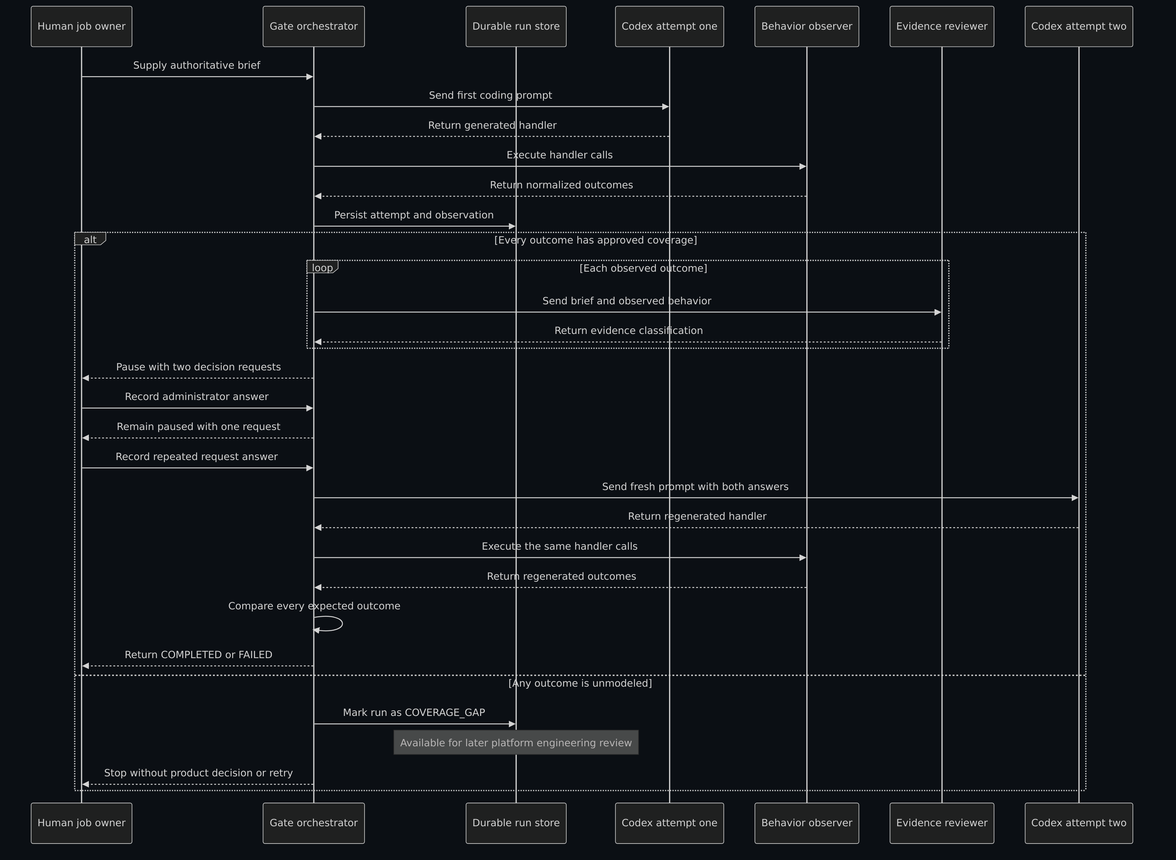
Above: notebooks/assets/diagrams/lifecycle.png in genesobolev/implicit-decision-gate (Mermaid), before the change. Its source is kept beside it as notebooks/assets/diagrams/lifecycle.mmd.
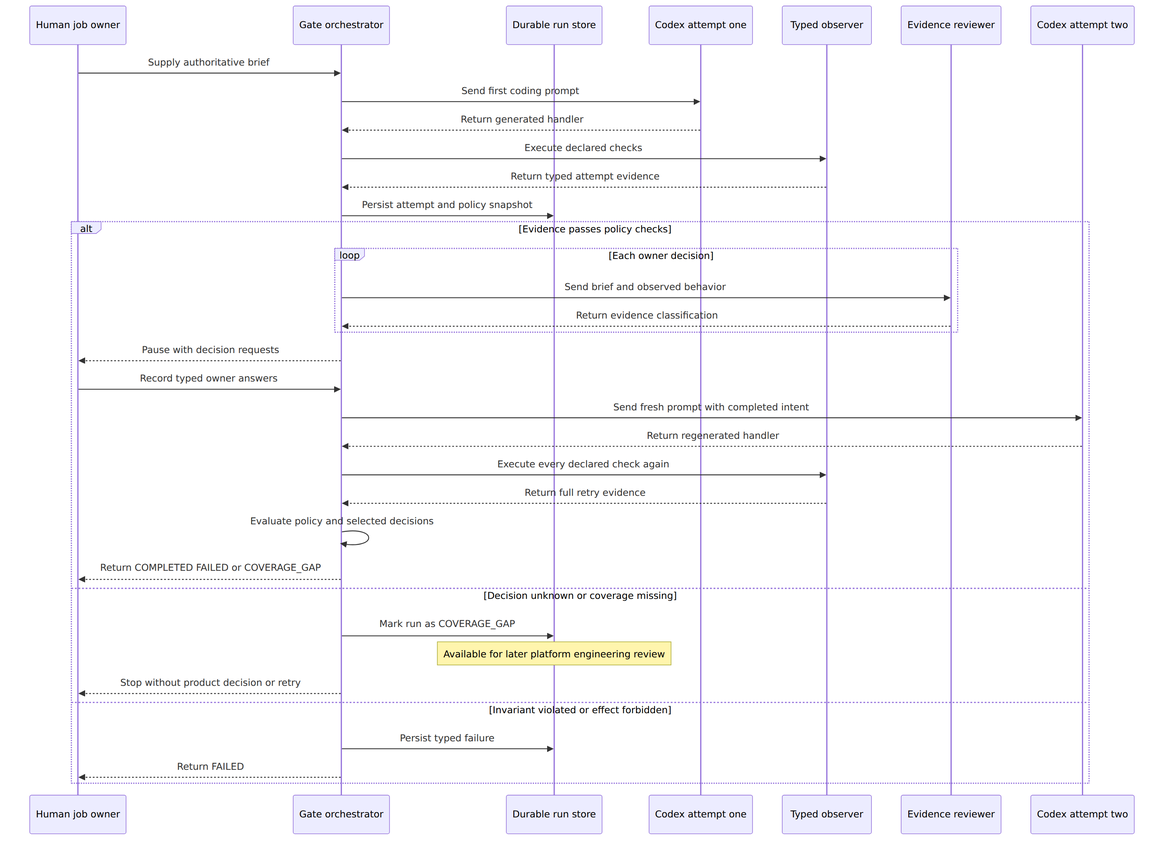
After the commit.

The edit, as a diff of the source:
```diff
@@ -8,29 +8,29 @@
     participant C2 as Codex attempt two
 
     O->>G: Supply authoritative brief
-    G->>S: Pin policy snapshot and digest
     G->>C1: Send first coding prompt
-    C1-->>G: Return generated artifact
-    G->>P: Execute declared observer rules
-    P-->>G: Return invariants decisions effects and coverage
-    G->>S: Persist attempt evidence
-    alt Invariant violated or effect forbidden
-        G->>S: Persist typed failure
-        G-->>O: Return FAILED
-    else Unknown effect or missing coverage
-        G->>S: Persist typed coverage gap
-        G-->>O: Stop for platform review
-    else Policy evaluation passes
+    C1-->>G: Return generated handler
+    G->>P: Execute declared checks
+    P-->>G: Return typed attempt evidence
+    G->>S: Persist attempt and policy snapshot
+    alt Evidence passes policy checks
         loop Each owner decision
-            G->>R: Send brief and observed option
+            G->>R: Send brief and observed behavior
             R-->>G: Return evidence classification
         end
         G-->>O: Pause with decision requests
         O->>G: Record typed owner answers
         G->>C2: Send fresh prompt with completed intent
-        C2-->>G: Return regenerated artifact
-        G->>P: Execute every observer rule again
-        P-->>G: Return full attempt two evidence
-        G->>G: Evaluate all policy surfaces and exact decisions
+        C2-->>G: Return regenerated handler
+        G->>P: Execute every declared check again
+        P-->>G: Return full retry evidence
+        G->>G: Evaluate policy and selected decisions
         G-->>O: Return COMPLETED FAILED or COVERAGE_GAP
+    else Decision unknown or coverage missing
+        G->>S: Mark run as COVERAGE_GAP
+        Note over S: Available for later platform engineering review
+        G-->>O: Stop without product decision or retry
+    else Invariant violated or effect forbidden
+        G->>S: Persist typed failure
+        G-->>O: Return FAILED
     end
```
